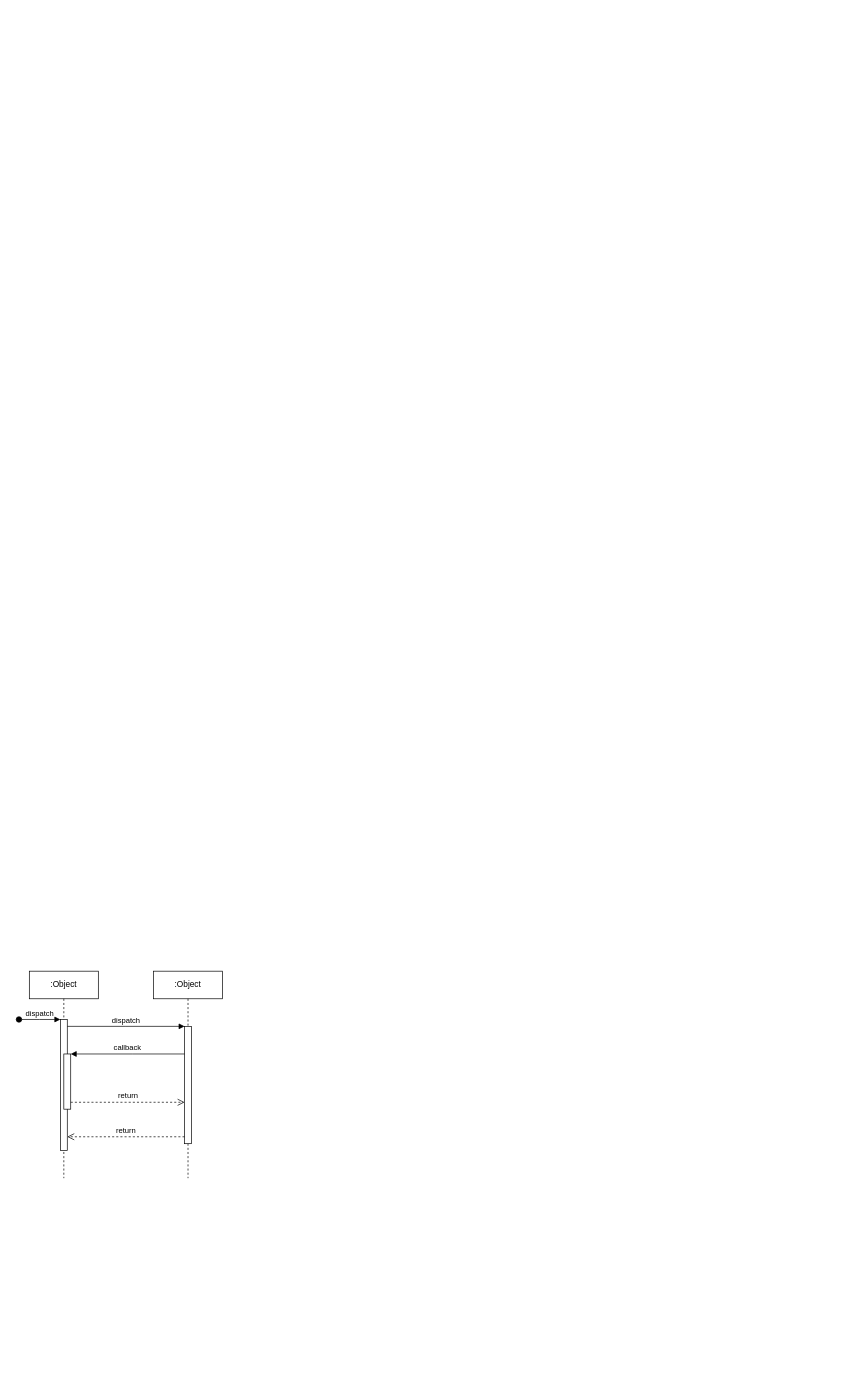
manuelaCoroline/concretcms keeps this draw.io diagram as Untitled Diagram.drawio. Above is the earlier version. Source tidied: cells renumbered, new cells numbered last; positions are measured from the earlier drawing's top-left corner, leaving out a move shared by most shapes. Both pictures are drawn from the tidied source at 69%, with x=0, y=0 at pixel (19, 971).
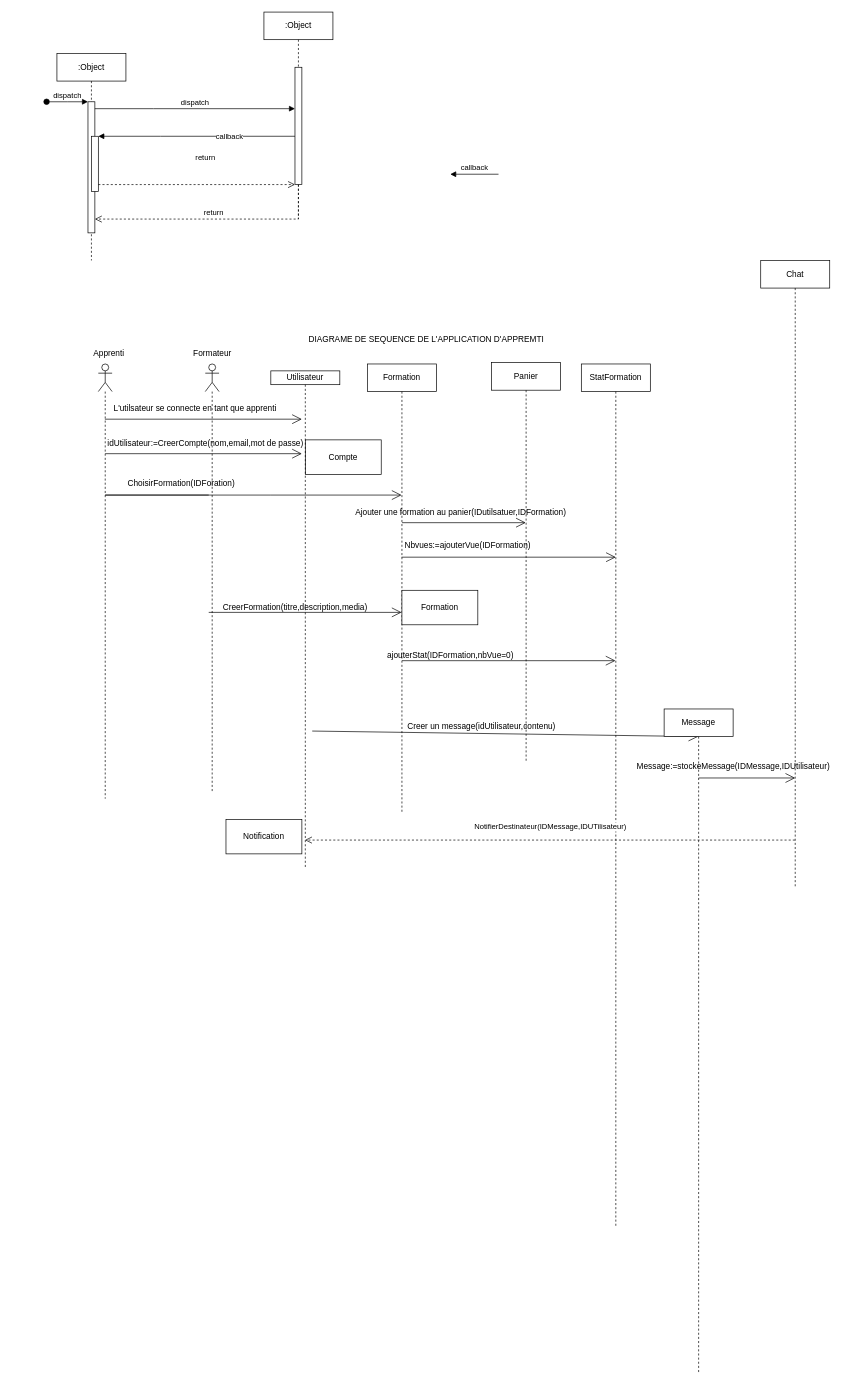
The same diagram, later.

The change refers to these unchanged cells:
```xml
<mxCell id="3" style="html=1;points=[];perimeter=orthogonalPerimeter;outlineConnect=0;targetShapes=umlLifeline;portConstraint=eastwest;newEdgeStyle={&quot;edgeStyle&quot;:&quot;elbowEdgeStyle&quot;,&quot;elbow&quot;:&quot;vertical&quot;,&quot;curved&quot;:0,&quot;rounded&quot;:0};" parent="2" vertex="1">
  <mxGeometry x="45" y="70" width="10" height="190" as="geometry" />
</mxCell>
<mxCell id="5" style="html=1;points=[];perimeter=orthogonalPerimeter;outlineConnect=0;targetShapes=umlLifeline;portConstraint=eastwest;newEdgeStyle={&quot;edgeStyle&quot;:&quot;elbowEdgeStyle&quot;,&quot;elbow&quot;:&quot;vertical&quot;,&quot;curved&quot;:0,&quot;rounded&quot;:0};" parent="2" vertex="1">
  <mxGeometry x="50" y="120" width="10" height="80" as="geometry" />
</mxCell>
<mxCell id="7" style="html=1;points=[];perimeter=orthogonalPerimeter;outlineConnect=0;targetShapes=umlLifeline;portConstraint=eastwest;newEdgeStyle={&quot;edgeStyle&quot;:&quot;elbowEdgeStyle&quot;,&quot;elbow&quot;:&quot;vertical&quot;,&quot;curved&quot;:0,&quot;rounded&quot;:0};" parent="6" vertex="1">
  <mxGeometry x="45" y="80" width="10" height="170" as="geometry" />
</mxCell>
```

Change to the diagram source:
```diff
@@
     <mxCell id="2" value=":Object" style="shape=umlLifeline;perimeter=lifelinePerimeter;whiteSpace=wrap;html=1;newEdgeStyle={&quot;edgeStyle&quot;:&quot;elbowEdgeStyle&quot;,&quot;elbow&quot;:&quot;vertical&quot;,&quot;curved&quot;:0,&quot;rounded&quot;:0};" parent="1" vertex="1">
-      <mxGeometry x="15" width="100" height="300" as="geometry" />
+      <mxGeometry x="55" y="-1330" width="100" height="300" as="geometry" />
     </mxCell>
@@
     <mxCell id="6" value=":Object" style="shape=umlLifeline;perimeter=lifelinePerimeter;whiteSpace=wrap;html=1;newEdgeStyle={&quot;edgeStyle&quot;:&quot;elbowEdgeStyle&quot;,&quot;elbow&quot;:&quot;vertical&quot;,&quot;curved&quot;:0,&quot;rounded&quot;:0};" parent="1" vertex="1">
-      <mxGeometry x="195" width="100" height="300" as="geometry" />
+      <mxGeometry x="355" y="-1390" width="100" height="300" as="geometry" />
     </mxCell>
@@
     <mxCell id="8" value="dispatch" style="html=1;verticalAlign=bottom;endArrow=block;edgeStyle=elbowEdgeStyle;elbow=vertical;curved=0;rounded=0;" parent="1" edge="1" source="3" target="7">
       <mxGeometry relative="1" as="geometry">
         <Array as="points">
-          <mxPoint x="155" y="80" />
+          <mxPoint x="195" y="-1250" />
         </Array>
       </mxGeometry>
     </mxCell>
     <mxCell id="9" value="return" style="html=1;verticalAlign=bottom;endArrow=open;dashed=1;endSize=8;edgeStyle=elbowEdgeStyle;elbow=vertical;curved=0;rounded=0;" parent="1" edge="1" source="7" target="3">
       <mxGeometry relative="1" as="geometry">
         <Array as="points">
-          <mxPoint x="165" y="240" />
+          <mxPoint x="205" y="-1090" />
         </Array>
       </mxGeometry>
     </mxCell>
     <mxCell id="10" value="callback" style="html=1;verticalAlign=bottom;endArrow=block;edgeStyle=elbowEdgeStyle;elbow=vertical;curved=0;rounded=0;" parent="1" edge="1" source="7" target="5">
-      <mxGeometry relative="1" as="geometry">
+      <mxGeometry x="-0.33" y="10" relative="1" as="geometry">
         <Array as="points">
-          <mxPoint x="165" y="120" />
+          <mxPoint x="205" y="-1210" />
         </Array>
       </mxGeometry>
     </mxCell>
     <mxCell id="11" value="return" style="html=1;verticalAlign=bottom;endArrow=open;dashed=1;endSize=8;edgeStyle=elbowEdgeStyle;elbow=vertical;curved=0;rounded=0;" parent="1" edge="1" source="5" target="7">
-      <mxGeometry relative="1" as="geometry">
+      <mxGeometry x="0.09" y="30" relative="1" as="geometry">
         <Array as="points">
-          <mxPoint x="155" y="190" />
+          <mxPoint x="195" y="-1140" />
         </Array>
       </mxGeometry>
     </mxCell>
+    <mxCell id="12" style="endArrow=open;endFill=1;endSize=12;html=1;rounded=0;" parent="1" edge="1" source="13">
+      <mxGeometry relative="1" as="geometry">
+        <mxPoint x="410" y="-800" as="targetPoint" />
+      </mxGeometry>
+    </mxCell>
+    <mxCell id="13" style="shape=umlLifeline;perimeter=lifelinePerimeter;whiteSpace=wrap;html=1;outlineConnect=0;portConstraint=eastwest;newEdgeStyle={&quot;curved&quot;:0,&quot;rounded&quot;:0};participant=umlActor;" parent="1" vertex="1">
+      <mxGeometry x="115" y="-880" width="20" height="630" as="geometry" />
+    </mxCell>
+    <mxCell id="14" style="shape=umlLifeline;perimeter=lifelinePerimeter;whiteSpace=wrap;html=1;newEdgeStyle={&quot;curved&quot;:0,&quot;rounded&quot;:0};participant=umlActor;" parent="1" vertex="1">
+      <mxGeometry x="270" y="-880" width="20" height="620" as="geometry" />
+    </mxCell>
+    <mxCell id="15" value="callback" style="html=1;verticalAlign=bottom;endArrow=block;curved=0;rounded=0;entryX=1;entryY=0;entryDx=0;entryDy=5;" parent="1" edge="1">
+      <mxGeometry relative="1" as="geometry">
+        <mxPoint x="695" y="-1155" as="sourcePoint" />
+        <mxPoint x="625" y="-1155" as="targetPoint" />
+      </mxGeometry>
+    </mxCell>
+    <mxCell id="16" style="endArrow=open;endFill=1;endSize=12;html=1;rounded=0;" parent="1" edge="1" target="27">
+      <mxGeometry relative="1" as="geometry">
+        <mxPoint x="275" y="-690" as="sourcePoint" />
+        <Array as="points">
+          <mxPoint x="125" y="-690" />
+          <mxPoint x="365" y="-690" />
+        </Array>
+      </mxGeometry>
+    </mxCell>
+    <mxCell id="17" value="Panier" style="shape=umlLifeline;perimeter=lifelinePerimeter;whiteSpace=wrap;html=1;outlineConnect=0;portConstraint=eastwest;newEdgeStyle={&quot;curved&quot;:0,&quot;rounded&quot;:0};" parent="1" vertex="1">
+      <mxGeometry x="685" y="-882" width="100" height="580" as="geometry" />
+    </mxCell>
+    <mxCell id="18" style="endArrow=open;endFill=1;endSize=12;html=1;rounded=0;" parent="1" edge="1" source="27">
+      <mxGeometry relative="1" as="geometry">
+        <mxPoint x="865" y="-600" as="targetPoint" />
+      </mxGeometry>
+    </mxCell>
+    <mxCell id="19" value="StatFormation" style="shape=umlLifeline;perimeter=lifelinePerimeter;whiteSpace=wrap;html=1;outlineConnect=0;portConstraint=eastwest;newEdgeStyle={&quot;curved&quot;:0,&quot;rounded&quot;:0};" parent="1" vertex="1">
+      <mxGeometry x="815" y="-880" width="100" height="1250" as="geometry" />
+    </mxCell>
+    <mxCell id="20" value="Chat" style="shape=umlLifeline;perimeter=lifelinePerimeter;whiteSpace=wrap;html=1;outlineConnect=0;portConstraint=eastwest;newEdgeStyle={&quot;curved&quot;:0,&quot;rounded&quot;:0};" parent="1" vertex="1">
+      <mxGeometry x="1075" y="-1030" width="100" height="910" as="geometry" />
+    </mxCell>
+    <mxCell id="21" value="Apprenti" style="text;html=1;align=center;verticalAlign=middle;strokeColor=none;fillColor=none;" parent="1" vertex="1">
+      <mxGeometry x="95" y="-910" width="70" height="30" as="geometry" />
+    </mxCell>
+    <mxCell id="22" value="Formateur" style="text;html=1;align=center;verticalAlign=middle;strokeColor=none;fillColor=none;" parent="1" vertex="1">
+      <mxGeometry x="240" y="-910" width="80" height="30" as="geometry" />
+    </mxCell>
+    <mxCell id="23" style="endArrow=open;endFill=1;endSize=12;html=1;rounded=0;" parent="1" edge="1">
+      <mxGeometry relative="1" as="geometry">
+        <mxPoint x="125" y="-750" as="sourcePoint" />
+        <mxPoint x="410" y="-750" as="targetPoint" />
+      </mxGeometry>
+    </mxCell>
+    <mxCell id="24" value="L'utilsateur se connecte en tant que apprenti" style="text;html=1;align=center;verticalAlign=middle;strokeColor=none;fillColor=none;" parent="1" vertex="1">
+      <mxGeometry x="125" y="-830" width="260" height="30" as="geometry" />
+    </mxCell>
+    <mxCell id="25" value="idUtilisateur:=CreerCompte(nom,email,mot de passe)" style="text;html=1;align=center;verticalAlign=middle;strokeColor=none;fillColor=none;" parent="1" vertex="1">
+      <mxGeometry x="115" y="-780" width="310" height="30" as="geometry" />
+    </mxCell>
+    <mxCell id="26" value="Compte" style="html=1;whiteSpace=wrap;" parent="1" vertex="1">
+      <mxGeometry x="415" y="-770" width="110" height="50" as="geometry" />
+    </mxCell>
+    <mxCell id="27" value="Formation" style="shape=umlLifeline;perimeter=lifelinePerimeter;whiteSpace=wrap;html=1;outlineConnect=0;portConstraint=eastwest;newEdgeStyle={&quot;curved&quot;:0,&quot;rounded&quot;:0};" parent="1" vertex="1">
+      <mxGeometry x="505" y="-880" width="100" height="650" as="geometry" />
+    </mxCell>
+    <mxCell id="28" value="Ajouter une formation au panier(IDutilsatuer,IDFormation)" style="text;html=1;align=center;verticalAlign=middle;strokeColor=none;fillColor=none;" parent="1" vertex="1">
+      <mxGeometry x="475" y="-680" width="330" height="30" as="geometry" />
+    </mxCell>
+    <mxCell id="29" style="endArrow=open;endFill=1;endSize=12;html=1;rounded=0;" parent="1" edge="1" target="17">
+      <mxGeometry relative="1" as="geometry">
+        <mxPoint x="555" y="-650" as="sourcePoint" />
+      </mxGeometry>
+    </mxCell>
+    <mxCell id="30" value="ChoisirFormation(IDForation)" style="text;html=1;align=center;verticalAlign=middle;strokeColor=none;fillColor=none;" parent="1" vertex="1">
+      <mxGeometry x="145" y="-722" width="180" height="30" as="geometry" />
+    </mxCell>
+    <mxCell id="31" value="Nbvues:=ajouterVue(IDFormation)" style="text;html=1;align=center;verticalAlign=middle;strokeColor=none;fillColor=none;" parent="1" vertex="1">
+      <mxGeometry x="545" y="-632" width="210" height="30" as="geometry" />
+    </mxCell>
+    <mxCell id="32" style="endArrow=open;endFill=1;endSize=12;html=1;rounded=0;" parent="1" edge="1" target="27">
+      <mxGeometry relative="1" as="geometry">
+        <mxPoint x="275" y="-520" as="sourcePoint" />
+      </mxGeometry>
+    </mxCell>
+    <mxCell id="33" value="CreerFormation(titre,description,media)" style="text;html=1;align=center;verticalAlign=middle;strokeColor=none;fillColor=none;" parent="1" vertex="1">
+      <mxGeometry x="285" y="-542" width="230" height="30" as="geometry" />
+    </mxCell>
+    <mxCell id="34" value="Formation" style="html=1;whiteSpace=wrap;" parent="1" vertex="1">
+      <mxGeometry x="555" y="-552" width="110" height="50" as="geometry" />
+    </mxCell>
+    <mxCell id="35" style="endArrow=open;endFill=1;endSize=12;html=1;rounded=0;" parent="1" edge="1" target="19">
+      <mxGeometry relative="1" as="geometry">
+        <mxPoint x="555" y="-450" as="sourcePoint" />
+      </mxGeometry>
+    </mxCell>
+    <mxCell id="36" value="ajouterStat(IDFormation,nbVue=0)" style="text;html=1;align=center;verticalAlign=middle;strokeColor=none;fillColor=none;" parent="1" vertex="1">
+      <mxGeometry x="520" y="-472" width="210" height="30" as="geometry" />
+    </mxCell>
+    <mxCell id="37" value="Utilisateur" style="shape=umlLifeline;perimeter=lifelinePerimeter;whiteSpace=wrap;html=1;outlineConnect=0;portConstraint=eastwest;newEdgeStyle={&quot;curved&quot;:0,&quot;rounded&quot;:0};size=20;" parent="1" vertex="1">
+      <mxGeometry x="365" y="-870" width="100" height="720" as="geometry" />
+    </mxCell>
+    <mxCell id="38" style="endArrow=open;endFill=1;endSize=12;html=1;rounded=0;" parent="1" edge="1" target="39">
+      <mxGeometry relative="1" as="geometry">
+        <mxPoint x="425" y="-348" as="sourcePoint" />
+      </mxGeometry>
+    </mxCell>
+    <mxCell id="39" value="Message" style="shape=umlLifeline;perimeter=lifelinePerimeter;whiteSpace=wrap;html=1;outlineConnect=0;portConstraint=eastwest;newEdgeStyle={&quot;curved&quot;:0,&quot;rounded&quot;:0};" parent="1" vertex="1">
+      <mxGeometry x="935" y="-380" width="100" height="962" as="geometry" />
+    </mxCell>
+    <mxCell id="40" value="Creer un message(idUtilisateur,contenu)" style="text;html=1;align=center;verticalAlign=middle;strokeColor=none;fillColor=none;" parent="1" vertex="1">
+      <mxGeometry x="550" y="-370" width="240" height="30" as="geometry" />
+    </mxCell>
+    <mxCell id="41" style="endArrow=open;endFill=1;endSize=12;html=1;rounded=0;" parent="1" edge="1">
+      <mxGeometry relative="1" as="geometry">
+        <mxPoint x="985" y="-280" as="sourcePoint" />
+        <mxPoint x="1125" y="-280" as="targetPoint" />
+        <Array as="points">
+          <mxPoint x="1045" y="-280" />
+        </Array>
+      </mxGeometry>
+    </mxCell>
+    <mxCell id="42" value="Message:=stockeMessage(IDMessage,IDUtilisateur)" style="text;html=1;align=center;verticalAlign=middle;strokeColor=none;fillColor=none;" parent="1" vertex="1">
+      <mxGeometry x="885" y="-312" width="300" height="30" as="geometry" />
+    </mxCell>
+    <mxCell id="43" value="NotifierDestinateur(IDMessage,IDUTilisateur)" style="html=1;verticalAlign=bottom;endArrow=open;dashed=1;endSize=8;curved=0;rounded=0;" parent="1" edge="1" source="20" target="37">
+      <mxGeometry y="-10" relative="1" as="geometry">
+        <Array as="points">
+          <mxPoint x="1075" y="-190" />
+        </Array>
+      </mxGeometry>
+    </mxCell>
+    <mxCell id="44" value="Notification" style="html=1;whiteSpace=wrap;" parent="1" vertex="1">
+      <mxGeometry x="300" y="-220" width="110" height="50" as="geometry" />
+    </mxCell>
+    <mxCell id="45" value="DIAGRAME DE SEQUENCE DE L'APPLICATION D'APPREMTI" style="text;html=1;align=center;verticalAlign=middle;strokeColor=none;fillColor=none;" parent="1" vertex="1">
+      <mxGeometry x="410" y="-930" width="360" height="30" as="geometry" />
+    </mxCell>
```
